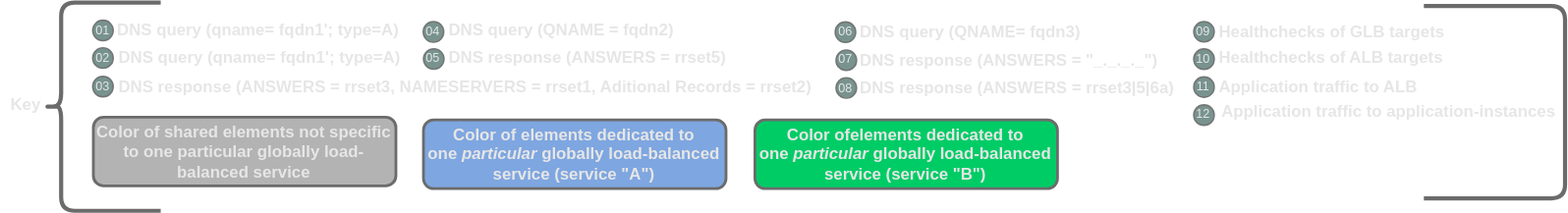
This is pages/1/1 (dglb)/dglb-functional-key.drawio.svg from menckend/alpha, a draw.io export, as it was before one commit. Source tidied: cells renumbered, new cells last; positions are measured from the earlier drawing's top-left corner, leaving out a move shared by most shapes.
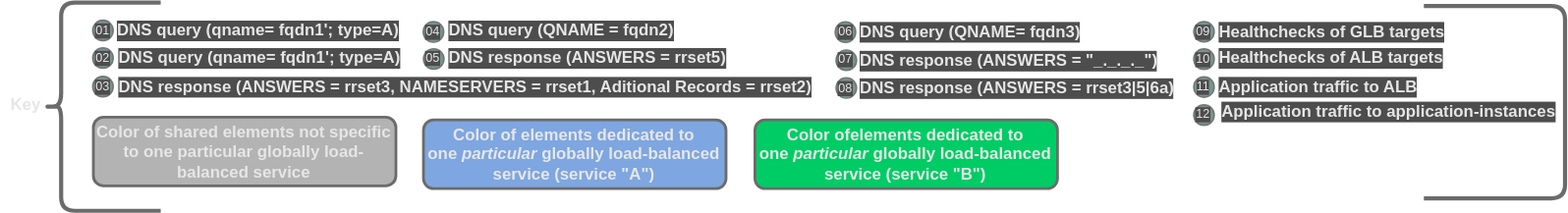
Above is the later version.

Change to the diagram source:
```diff
@@ -8,58 +8,58 @@
     <mxCell id="3" value="&lt;b&gt;Key&lt;/b&gt;" style="text;html=1;fillColor=none;align=center;verticalAlign=middle;whiteSpace=wrap;rounded=0;fontSize=12;labelBackgroundColor=none;fontColor=#E6E6E6;" parent="1" vertex="1">
       <mxGeometry x="0.3" y="66.1" width="36.7" height="18.4" as="geometry" />
     </mxCell>
-    <mxCell id="4" value="01" style="ellipse;whiteSpace=wrap;html=1;fontSize=9;fontColor=#E6E6E6;strokeColor=#6B6B6B;fillColor=#698782;opacity=90;" parent="1" vertex="1">
+    <mxCell id="4" value="01" style="ellipse;whiteSpace=wrap;html=1;fontSize=9;fontColor=#E6E6E6;strokeColor=#6B6B6B;fillColor=#698782;opacity=90;labelBackgroundColor=#4D4D4D;" parent="1" vertex="1">
       <mxGeometry x="66.9" y="13.2" width="15" height="15" as="geometry" />
     </mxCell>
-    <mxCell id="5" value="&lt;b style=&quot;border-color: var(--border-color);&quot;&gt;DNS query (qname= fqdn1'; type=A)&lt;/b&gt;&lt;b&gt;&lt;br&gt;&lt;/b&gt;" style="text;html=1;fillColor=none;align=left;verticalAlign=middle;whiteSpace=wrap;rounded=0;fontSize=12;labelBackgroundColor=none;fontColor=#E6E6E6;" parent="1" vertex="1">
+    <mxCell id="5" value="&lt;b style=&quot;border-color: var(--border-color);&quot;&gt;DNS query (qname= fqdn1'; type=A)&lt;/b&gt;&lt;b&gt;&lt;br&gt;&lt;/b&gt;" style="text;html=1;fillColor=none;align=left;verticalAlign=middle;whiteSpace=wrap;rounded=0;fontSize=12;labelBackgroundColor=#4D4D4D;fontColor=#E6E6E6;" parent="1" vertex="1">
       <mxGeometry x="82.9" y="11.8" width="224.1" height="18.4" as="geometry" />
     </mxCell>
-    <mxCell id="6" value="02" style="ellipse;whiteSpace=wrap;html=1;fontSize=9;fontColor=#E6E6E6;strokeColor=#6B6B6B;fillColor=#698782;opacity=90;" parent="1" vertex="1">
+    <mxCell id="6" value="02" style="ellipse;whiteSpace=wrap;html=1;fontSize=9;fontColor=#E6E6E6;strokeColor=#6B6B6B;fillColor=#698782;opacity=90;labelBackgroundColor=#4D4D4D;" parent="1" vertex="1">
       <mxGeometry x="66.9" y="33.3" width="15" height="15" as="geometry" />
     </mxCell>
-    <mxCell id="7" value="&lt;b style=&quot;border-color: var(--border-color);&quot;&gt;DNS query (qname= fqdn1'; type=A)&lt;/b&gt;&lt;b&gt;&lt;br&gt;&lt;/b&gt;" style="text;html=1;fillColor=none;align=left;verticalAlign=middle;whiteSpace=wrap;rounded=0;fontSize=12;labelBackgroundColor=none;fontColor=#E6E6E6;" parent="1" vertex="1">
+    <mxCell id="7" value="&lt;b style=&quot;border-color: var(--border-color);&quot;&gt;DNS query (qname= fqdn1'; type=A)&lt;/b&gt;&lt;b&gt;&lt;br&gt;&lt;/b&gt;" style="text;html=1;fillColor=none;align=left;verticalAlign=middle;whiteSpace=wrap;rounded=0;fontSize=12;labelBackgroundColor=#4D4D4D;fontColor=#E6E6E6;" parent="1" vertex="1">
       <mxGeometry x="83.9" y="28.9" width="234.1" height="23.9" as="geometry" />
     </mxCell>
-    <mxCell id="8" value="03" style="ellipse;whiteSpace=wrap;html=1;fontSize=9;fontColor=#E6E6E6;strokeColor=#6B6B6B;fillColor=#698782;opacity=90;" parent="1" vertex="1">
+    <mxCell id="8" value="03" style="ellipse;whiteSpace=wrap;html=1;fontSize=9;fontColor=#E6E6E6;strokeColor=#6B6B6B;fillColor=#698782;opacity=90;labelBackgroundColor=#4D4D4D;" parent="1" vertex="1">
       <mxGeometry x="66.9" y="54" width="15" height="15" as="geometry" />
     </mxCell>
-    <mxCell id="9" value="&lt;b style=&quot;border-color: var(--border-color);&quot;&gt;DNS response (ANSWERS = rrset3, NAMESERVERS =&amp;nbsp;rrset1, Aditional Records = rrset2)&lt;/b&gt;&lt;b&gt;&lt;br&gt;&lt;/b&gt;" style="text;html=1;fillColor=none;align=left;verticalAlign=middle;whiteSpace=wrap;rounded=0;fontSize=12;labelBackgroundColor=none;fontColor=#E6E6E6;" parent="1" vertex="1">
+    <mxCell id="9" value="&lt;b style=&quot;border-color: var(--border-color);&quot;&gt;DNS response (ANSWERS = rrset3, NAMESERVERS =&amp;nbsp;rrset1, Aditional Records = rrset2)&lt;/b&gt;&lt;b&gt;&lt;br&gt;&lt;/b&gt;" style="text;html=1;fillColor=none;align=left;verticalAlign=middle;whiteSpace=wrap;rounded=0;fontSize=12;labelBackgroundColor=#4D4D4D;fontColor=#E6E6E6;" parent="1" vertex="1">
       <mxGeometry x="83.9" y="51.6" width="572.1" height="21.4" as="geometry" />
     </mxCell>
-    <mxCell id="10" value="04" style="ellipse;whiteSpace=wrap;html=1;fontSize=9;fontColor=#E6E6E6;strokeColor=#6B6B6B;fillColor=#698782;opacity=90;" parent="1" vertex="1">
+    <mxCell id="10" value="04" style="ellipse;whiteSpace=wrap;html=1;fontSize=9;fontColor=#E6E6E6;strokeColor=#6B6B6B;fillColor=#698782;opacity=90;labelBackgroundColor=#4D4D4D;" parent="1" vertex="1">
       <mxGeometry x="307.2" y="14.2" width="15" height="15" as="geometry" />
     </mxCell>
-    <mxCell id="11" value="&lt;b style=&quot;border-color: var(--border-color);&quot;&gt;DNS query (QNAME = fqdn2)&lt;/b&gt;&lt;b&gt;&lt;br&gt;&lt;/b&gt;" style="text;html=1;fillColor=none;align=left;verticalAlign=middle;whiteSpace=wrap;rounded=0;fontSize=12;labelBackgroundColor=none;fontColor=#E6E6E6;" parent="1" vertex="1">
+    <mxCell id="11" value="&lt;b style=&quot;border-color: var(--border-color);&quot;&gt;DNS query (QNAME = fqdn2)&lt;/b&gt;&lt;b&gt;&lt;br&gt;&lt;/b&gt;" style="text;html=1;fillColor=none;align=left;verticalAlign=middle;whiteSpace=wrap;rounded=0;fontSize=12;labelBackgroundColor=#4D4D4D;fontColor=#E6E6E6;" parent="1" vertex="1">
       <mxGeometry x="324.2" y="11.6" width="182.8" height="18.4" as="geometry" />
     </mxCell>
-    <mxCell id="12" value="05" style="ellipse;whiteSpace=wrap;html=1;fontSize=9;fontColor=#E6E6E6;strokeColor=#6B6B6B;fillColor=#698782;opacity=90;" parent="1" vertex="1">
+    <mxCell id="12" value="05" style="ellipse;whiteSpace=wrap;html=1;fontSize=9;fontColor=#E6E6E6;strokeColor=#6B6B6B;fillColor=#698782;opacity=90;labelBackgroundColor=#4D4D4D;" parent="1" vertex="1">
       <mxGeometry x="307.4" y="33.9" width="15" height="15" as="geometry" />
     </mxCell>
-    <mxCell id="13" value="&lt;b style=&quot;border-color: var(--border-color);&quot;&gt;DNS response (ANSWERS = rrset5)&lt;/b&gt;&lt;b&gt;&lt;br&gt;&lt;/b&gt;" style="text;html=1;fillColor=none;align=left;verticalAlign=middle;whiteSpace=wrap;rounded=0;fontSize=12;labelBackgroundColor=none;fontColor=#E6E6E6;" parent="1" vertex="1">
+    <mxCell id="13" value="&lt;b style=&quot;border-color: var(--border-color);&quot;&gt;DNS response (ANSWERS = rrset5)&lt;/b&gt;&lt;b&gt;&lt;br&gt;&lt;/b&gt;" style="text;html=1;fillColor=none;align=left;verticalAlign=middle;whiteSpace=wrap;rounded=0;fontSize=12;labelBackgroundColor=#4D4D4D;fontColor=#E6E6E6;" parent="1" vertex="1">
       <mxGeometry x="324.4" y="31.6" width="282" height="18.4" as="geometry" />
     </mxCell>
-    <mxCell id="14" value="09" style="ellipse;whiteSpace=wrap;html=1;fontSize=9;fontColor=#E6E6E6;strokeColor=#6B6B6B;fillColor=#698782;opacity=90;" parent="1" vertex="1">
+    <mxCell id="14" value="09" style="ellipse;whiteSpace=wrap;html=1;fontSize=9;fontColor=#E6E6E6;strokeColor=#6B6B6B;fillColor=#698782;opacity=90;labelBackgroundColor=#4D4D4D;" parent="1" vertex="1">
       <mxGeometry x="867.3" y="14.1" width="15" height="15" as="geometry" />
     </mxCell>
-    <mxCell id="15" value="&lt;b style=&quot;border-color: var(--border-color);&quot;&gt;Healthchecks of GLB targets&lt;/b&gt;&lt;b&gt;&lt;br&gt;&lt;/b&gt;" style="text;html=1;fillColor=none;align=left;verticalAlign=middle;whiteSpace=wrap;rounded=0;fontSize=12;labelBackgroundColor=none;fontColor=#E6E6E6;" parent="1" vertex="1">
+    <mxCell id="15" value="&lt;b style=&quot;border-color: var(--border-color);&quot;&gt;Healthchecks of GLB targets&lt;/b&gt;&lt;b&gt;&lt;br&gt;&lt;/b&gt;" style="text;html=1;fillColor=none;align=left;verticalAlign=middle;whiteSpace=wrap;rounded=0;fontSize=12;labelBackgroundColor=#4D4D4D;fontColor=#E6E6E6;" parent="1" vertex="1">
       <mxGeometry x="883.8" y="12.4" width="167.2" height="18.4" as="geometry" />
     </mxCell>
-    <mxCell id="16" value="10" style="ellipse;whiteSpace=wrap;html=1;fontSize=9;fontColor=#E6E6E6;strokeColor=#6B6B6B;fillColor=#698782;opacity=90;" parent="1" vertex="1">
+    <mxCell id="16" value="10" style="ellipse;whiteSpace=wrap;html=1;fontSize=9;fontColor=#E6E6E6;strokeColor=#6B6B6B;fillColor=#698782;opacity=90;labelBackgroundColor=#4D4D4D;" parent="1" vertex="1">
       <mxGeometry x="867.3" y="34.1" width="15" height="15" as="geometry" />
     </mxCell>
-    <mxCell id="17" value="&lt;b style=&quot;border-color: var(--border-color);&quot;&gt;Healthchecks of ALB targets&lt;/b&gt;&lt;b&gt;&lt;br&gt;&lt;/b&gt;" style="text;html=1;fillColor=none;align=left;verticalAlign=middle;whiteSpace=wrap;rounded=0;fontSize=12;labelBackgroundColor=none;fontColor=#E6E6E6;" parent="1" vertex="1">
+    <mxCell id="17" value="&lt;b style=&quot;border-color: var(--border-color);&quot;&gt;Healthchecks of ALB targets&lt;/b&gt;&lt;b&gt;&lt;br&gt;&lt;/b&gt;" style="text;html=1;fillColor=none;align=left;verticalAlign=middle;whiteSpace=wrap;rounded=0;fontSize=12;labelBackgroundColor=#4D4D4D;fontColor=#E6E6E6;" parent="1" vertex="1">
       <mxGeometry x="884.3" y="32" width="184.2" height="18.4" as="geometry" />
     </mxCell>
-    <mxCell id="18" value="11" style="ellipse;whiteSpace=wrap;html=1;fontSize=9;fontColor=#E6E6E6;strokeColor=#6B6B6B;fillColor=#698782;opacity=90;" parent="1" vertex="1">
+    <mxCell id="18" value="11" style="ellipse;whiteSpace=wrap;html=1;fontSize=9;fontColor=#E6E6E6;strokeColor=#6B6B6B;fillColor=#698782;opacity=90;labelBackgroundColor=#4D4D4D;" parent="1" vertex="1">
       <mxGeometry x="867.3" y="54.4" width="15" height="15" as="geometry" />
     </mxCell>
-    <mxCell id="19" value="&lt;b style=&quot;border-color: var(--border-color);&quot;&gt;Application traffic to ALB&lt;/b&gt;&lt;b&gt;&lt;br&gt;&lt;/b&gt;" style="text;html=1;fillColor=none;align=left;verticalAlign=middle;whiteSpace=wrap;rounded=0;fontSize=12;labelBackgroundColor=none;fontColor=#E6E6E6;" parent="1" vertex="1">
+    <mxCell id="19" value="&lt;b style=&quot;border-color: var(--border-color);&quot;&gt;Application traffic to ALB&lt;/b&gt;&lt;b&gt;&lt;br&gt;&lt;/b&gt;" style="text;html=1;fillColor=none;align=left;verticalAlign=middle;whiteSpace=wrap;rounded=0;fontSize=12;labelBackgroundColor=#4D4D4D;fontColor=#E6E6E6;" parent="1" vertex="1">
       <mxGeometry x="884.3" y="52.4" width="167.2" height="18.4" as="geometry" />
     </mxCell>
-    <mxCell id="20" value="12" style="ellipse;whiteSpace=wrap;html=1;fontSize=9;fontColor=#E6E6E6;strokeColor=#6B6B6B;fillColor=#698782;opacity=90;" parent="1" vertex="1">
+    <mxCell id="20" value="12" style="ellipse;whiteSpace=wrap;html=1;fontSize=9;fontColor=#E6E6E6;strokeColor=#6B6B6B;fillColor=#698782;opacity=90;labelBackgroundColor=#4D4D4D;" parent="1" vertex="1">
       <mxGeometry x="867.3" y="74.7" width="15" height="15" as="geometry" />
     </mxCell>
-    <mxCell id="21" value="&lt;b style=&quot;border-color: var(--border-color);&quot;&gt;Application traffic to application-instances&lt;/b&gt;&lt;b&gt;&lt;br&gt;&lt;/b&gt;" style="text;html=1;fillColor=none;align=left;verticalAlign=middle;whiteSpace=wrap;rounded=0;fontSize=12;labelBackgroundColor=none;fontColor=#E6E6E6;" parent="1" vertex="1">
+    <mxCell id="21" value="&lt;b style=&quot;border-color: var(--border-color);&quot;&gt;Application traffic to application-instances&lt;/b&gt;&lt;b&gt;&lt;br&gt;&lt;/b&gt;" style="text;html=1;fillColor=none;align=left;verticalAlign=middle;whiteSpace=wrap;rounded=0;fontSize=12;labelBackgroundColor=#4D4D4D;fontColor=#E6E6E6;" parent="1" vertex="1">
       <mxGeometry x="886.3" y="70.8" width="246.5" height="18.4" as="geometry" />
     </mxCell>
     <mxCell id="22" style="shape=curlyBracket;whiteSpace=wrap;html=1;rounded=1;labelPosition=left;verticalLabelPosition=middle;align=right;verticalAlign=middle;rotation=-180;strokeColor=#6B6B6B;strokeWidth=3;size=0;direction=east;labelBackgroundColor=#C7C7C7;fontColor=#E6E6E6;" parent="1" vertex="1">
@@ -74,22 +74,22 @@
     <mxCell id="25" value="Color ofelements dedicated to&amp;nbsp;&lt;br&gt;one &lt;i&gt;particular &lt;/i&gt;globally load-balanced service (service &quot;B&quot;)" style="rounded=1;whiteSpace=wrap;html=1;strokeColor=#6B6B6B;strokeWidth=2;fontColor=#E6E6E6;align=center;fillColor=#00CC66;labelBackgroundColor=none;fontStyle=1;" parent="1" vertex="1">
       <mxGeometry x="548.4" y="85.8" width="220" height="50" as="geometry" />
     </mxCell>
-    <mxCell id="26" value="06" style="ellipse;whiteSpace=wrap;html=1;fontSize=9;fontColor=#E6E6E6;strokeColor=#6B6B6B;fillColor=#698782;opacity=90;" parent="1" vertex="1">
+    <mxCell id="26" value="06" style="ellipse;whiteSpace=wrap;html=1;fontSize=9;fontColor=#E6E6E6;strokeColor=#6B6B6B;fillColor=#698782;opacity=90;labelBackgroundColor=#4D4D4D;" parent="1" vertex="1">
       <mxGeometry x="606.7" y="14.4" width="15" height="15" as="geometry" />
     </mxCell>
-    <mxCell id="27" value="&lt;b style=&quot;border-color: var(--border-color);&quot;&gt;DNS query (QNAME= fqdn3)&lt;/b&gt;&lt;b&gt;&lt;br&gt;&lt;/b&gt;" style="text;html=1;fillColor=none;align=left;verticalAlign=middle;whiteSpace=wrap;rounded=0;fontSize=12;labelBackgroundColor=none;fontColor=#E6E6E6;" parent="1" vertex="1">
+    <mxCell id="27" value="&lt;b style=&quot;border-color: var(--border-color);&quot;&gt;DNS query (QNAME= fqdn3)&lt;/b&gt;&lt;b&gt;&lt;br&gt;&lt;/b&gt;" style="text;html=1;fillColor=none;align=left;verticalAlign=middle;whiteSpace=wrap;rounded=0;fontSize=12;labelBackgroundColor=#4D4D4D;fontColor=#E6E6E6;" parent="1" vertex="1">
       <mxGeometry x="622.9" y="12.4" width="194.1" height="18.4" as="geometry" />
     </mxCell>
-    <mxCell id="28" value="07" style="ellipse;whiteSpace=wrap;html=1;fontSize=9;fontColor=#E6E6E6;strokeColor=#6B6B6B;fillColor=#698782;opacity=90;" parent="1" vertex="1">
+    <mxCell id="28" value="07" style="ellipse;whiteSpace=wrap;html=1;fontSize=9;fontColor=#E6E6E6;strokeColor=#6B6B6B;fillColor=#698782;opacity=90;labelBackgroundColor=#4D4D4D;" parent="1" vertex="1">
       <mxGeometry x="607.3" y="34.9" width="15" height="15" as="geometry" />
     </mxCell>
-    <mxCell id="29" value="&lt;b style=&quot;border-color: var(--border-color);&quot;&gt;DNS response&amp;nbsp;(ANSWERS = &quot;_._._._&quot;)&lt;/b&gt;&lt;b&gt;&lt;br&gt;&lt;/b&gt;" style="text;html=1;fillColor=none;align=left;verticalAlign=middle;whiteSpace=wrap;rounded=0;fontSize=12;labelBackgroundColor=none;fontColor=#E6E6E6;" parent="1" vertex="1">
+    <mxCell id="29" value="&lt;b style=&quot;border-color: var(--border-color);&quot;&gt;DNS response&amp;nbsp;(ANSWERS = &quot;_._._._&quot;)&lt;/b&gt;&lt;b&gt;&lt;br&gt;&lt;/b&gt;" style="text;html=1;fillColor=none;align=left;verticalAlign=middle;whiteSpace=wrap;rounded=0;fontSize=12;labelBackgroundColor=#4D4D4D;fontColor=#E6E6E6;" parent="1" vertex="1">
       <mxGeometry x="623.3" y="33.8" width="233.7" height="18.4" as="geometry" />
     </mxCell>
-    <mxCell id="30" value="08" style="ellipse;whiteSpace=wrap;html=1;fontSize=9;fontColor=#E6E6E6;strokeColor=#6B6B6B;fillColor=#698782;opacity=90;" parent="1" vertex="1">
+    <mxCell id="30" value="08" style="ellipse;whiteSpace=wrap;html=1;fontSize=9;fontColor=#E6E6E6;strokeColor=#6B6B6B;fillColor=#698782;opacity=90;labelBackgroundColor=#4D4D4D;" parent="1" vertex="1">
       <mxGeometry x="607.3" y="55" width="15" height="15" as="geometry" />
     </mxCell>
-    <mxCell id="31" value="&lt;b style=&quot;border-color: var(--border-color);&quot;&gt;DNS response (ANSWERS =&amp;nbsp;&lt;/b&gt;&lt;b style=&quot;border-color: var(--border-color);&quot;&gt;rrset3|5|6a)&lt;/b&gt;&lt;b&gt;&lt;br&gt;&lt;/b&gt;" style="text;html=1;fillColor=none;align=left;verticalAlign=middle;whiteSpace=wrap;rounded=0;fontSize=12;labelBackgroundColor=none;fontColor=#E6E6E6;" parent="1" vertex="1">
+    <mxCell id="31" value="&lt;b style=&quot;border-color: var(--border-color);&quot;&gt;DNS response (ANSWERS =&amp;nbsp;&lt;/b&gt;&lt;b style=&quot;border-color: var(--border-color);&quot;&gt;rrset3|5|6a)&lt;/b&gt;&lt;b&gt;&lt;br&gt;&lt;/b&gt;" style="text;html=1;fillColor=none;align=left;verticalAlign=middle;whiteSpace=wrap;rounded=0;fontSize=12;labelBackgroundColor=#4D4D4D;fontColor=#E6E6E6;" parent="1" vertex="1">
       <mxGeometry x="623.3" y="53.6" width="243.7" height="18.4" as="geometry" />
     </mxCell>
   </root>
```
